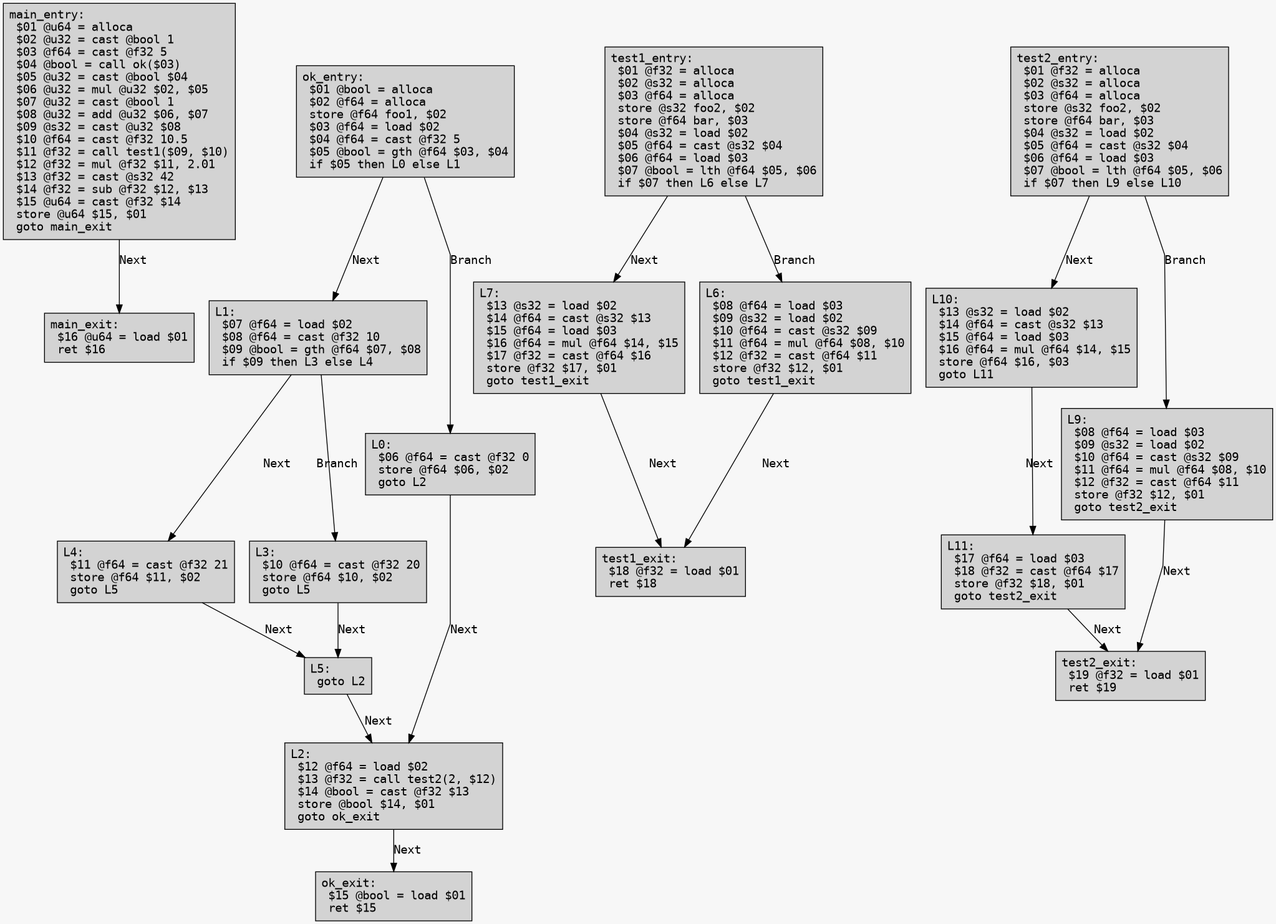
Excse/arkoi_language keeps this Graphviz diagram as example/test_org.png. Above is the earlier version. Its source is kept beside it as example/test_org.dot.
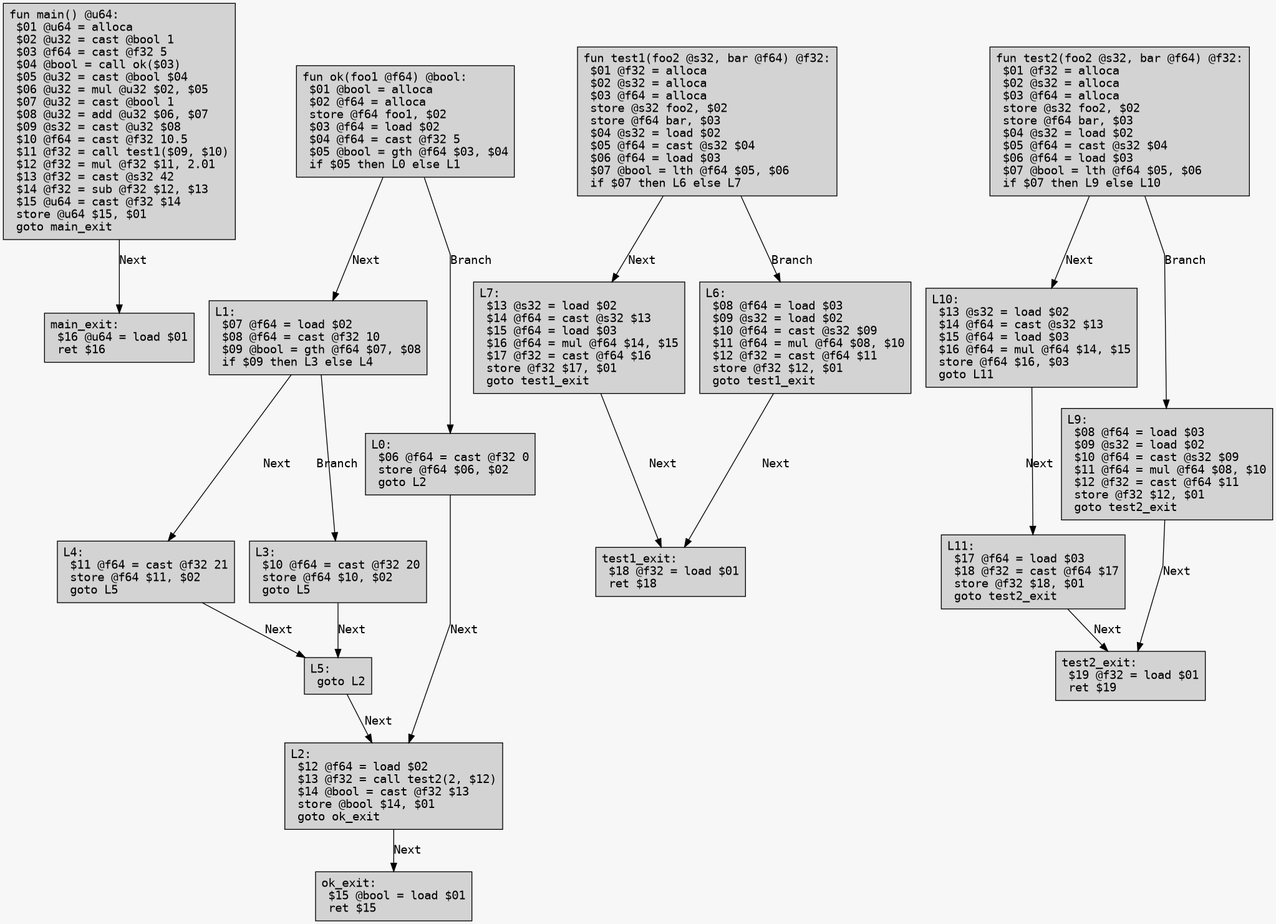
Later version of the same file.

The edit, as a diff of the source:
```diff
@@ -5,10 +5,10 @@
 	bgcolor = "#f7f7f7";
 	splines = false;
 
-	main_entry [label="main_entry:\l $01 @u64 = alloca\l $02 @u32 = cast @bool 1\l $03 @f64 = cast @f32 5\l $04 @bool = call ok($03)\l $05 @u32 = cast @bool $04\l $06 @u32 = mul @u32 $02, $05\l $07 @u32 = cast @bool 1\l $08 @u32 = add @u32 $06, $07\l $09 @s32 = cast @u32 $08\l $10 @f64 = cast @f32 10.5\l $11 @f32 = call test1($09, $10)\l $12 @f32 = mul @f32 $11, 2.01\l $13 @f32 = cast @s32 42\l $14 @f32 = sub @f32 $12, $13\l $15 @u64 = cast @f32 $14\l store @u64 $15, $01\l goto main_exit\l"];
+	main_entry [label="fun main() @u64:\l $01 @u64 = alloca\l $02 @u32 = cast @bool 1\l $03 @f64 = cast @f32 5\l $04 @bool = call ok($03)\l $05 @u32 = cast @bool $04\l $06 @u32 = mul @u32 $02, $05\l $07 @u32 = cast @bool 1\l $08 @u32 = add @u32 $06, $07\l $09 @s32 = cast @u32 $08\l $10 @f64 = cast @f32 10.5\l $11 @f32 = call test1($09, $10)\l $12 @f32 = mul @f32 $11, 2.01\l $13 @f32 = cast @s32 42\l $14 @f32 = sub @f32 $12, $13\l $15 @u64 = cast @f32 $14\l store @u64 $15, $01\l goto main_exit\l"];
 	main_entry -> main_exit [label="Next"];
 	main_exit [label="main_exit:\l $16 @u64 = load $01\l ret $16\l"];
-	ok_entry [label="ok_entry:\l $01 @bool = alloca\l $02 @f64 = alloca\l store @f64 foo1, $02\l $03 @f64 = load $02\l $04 @f64 = cast @f32 5\l $05 @bool = gth @f64 $03, $04\l if $05 then L0 else L1\l"];
+	ok_entry [label="fun ok(foo1 @f64) @bool:\l $01 @bool = alloca\l $02 @f64 = alloca\l store @f64 foo1, $02\l $03 @f64 = load $02\l $04 @f64 = cast @f32 5\l $05 @bool = gth @f64 $03, $04\l if $05 then L0 else L1\l"];
 	ok_entry -> L1 [label="Next"];
 	ok_entry -> L0 [label="Branch"];
 	L1 [label="L1:\l $07 @f64 = load $02\l $08 @f64 = cast @f32 10\l $09 @bool = gth @f64 $07, $08\l if $09 then L3 else L4\l"];
@@ -25,7 +25,7 @@
 	L0 [label="L0:\l $06 @f64 = cast @f32 0\l store @f64 $06, $02\l goto L2\l"];
 	L0 -> L2 [label="Next"];
 	ok_exit [label="ok_exit:\l $15 @bool = load $01\l ret $15\l"];
-	test1_entry [label="test1_entry:\l $01 @f32 = alloca\l $02 @s32 = alloca\l $03 @f64 = alloca\l store @s32 foo2, $02\l store @f64 bar, $03\l $04 @s32 = load $02\l $05 @f64 = cast @s32 $04\l $06 @f64 = load $03\l $07 @bool = lth @f64 $05, $06\l if $07 then L6 else L7\l"];
+	test1_entry [label="fun test1(foo2 @s32, bar @f64) @f32:\l $01 @f32 = alloca\l $02 @s32 = alloca\l $03 @f64 = alloca\l store @s32 foo2, $02\l store @f64 bar, $03\l $04 @s32 = load $02\l $05 @f64 = cast @s32 $04\l $06 @f64 = load $03\l $07 @bool = lth @f64 $05, $06\l if $07 then L6 else L7\l"];
 	test1_entry -> L7 [label="Next"];
 	test1_entry -> L6 [label="Branch"];
 	L7 [label="L7:\l $13 @s32 = load $02\l $14 @f64 = cast @s32 $13\l $15 @f64 = load $03\l $16 @f64 = mul @f64 $14, $15\l $17 @f32 = cast @f64 $16\l store @f32 $17, $01\l goto test1_exit\l"];
@@ -33,7 +33,7 @@
 	L6 [label="L6:\l $08 @f64 = load $03\l $09 @s32 = load $02\l $10 @f64 = cast @s32 $09\l $11 @f64 = mul @f64 $08, $10\l $12 @f32 = cast @f64 $11\l store @f32 $12, $01\l goto test1_exit\l"];
 	L6 -> test1_exit [label="Next"];
 	test1_exit [label="test1_exit:\l $18 @f32 = load $01\l ret $18\l"];
-	test2_entry [label="test2_entry:\l $01 @f32 = alloca\l $02 @s32 = alloca\l $03 @f64 = alloca\l store @s32 foo2, $02\l store @f64 bar, $03\l $04 @s32 = load $02\l $05 @f64 = cast @s32 $04\l $06 @f64 = load $03\l $07 @bool = lth @f64 $05, $06\l if $07 then L9 else L10\l"];
+	test2_entry [label="fun test2(foo2 @s32, bar @f64) @f32:\l $01 @f32 = alloca\l $02 @s32 = alloca\l $03 @f64 = alloca\l store @s32 foo2, $02\l store @f64 bar, $03\l $04 @s32 = load $02\l $05 @f64 = cast @s32 $04\l $06 @f64 = load $03\l $07 @bool = lth @f64 $05, $06\l if $07 then L9 else L10\l"];
 	test2_entry -> L10 [label="Next"];
 	test2_entry -> L9 [label="Branch"];
 	L10 [label="L10:\l $13 @s32 = load $02\l $14 @f64 = cast @s32 $13\l $15 @f64 = load $03\l $16 @f64 = mul @f64 $14, $15\l store @f64 $16, $03\l goto L11\l"];
```
